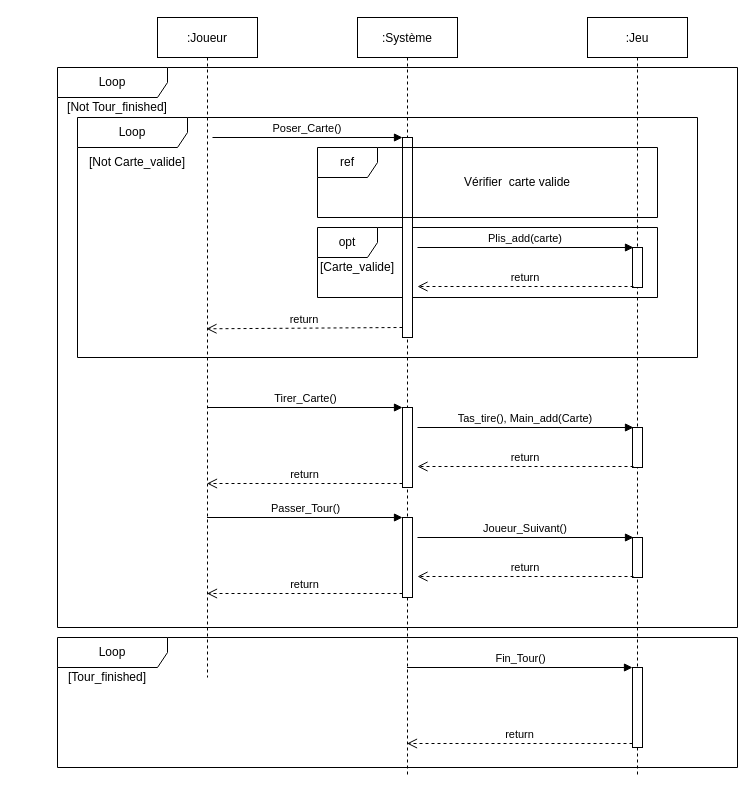
Earlier version of the draw.io diagram Diagrams/Sequence Diagram Playtime.drawio (MailineN/ProjetInfo2A). Source tidied: cells renumbered, new cells numbered last; positions are measured from the earlier drawing's top-left corner, leaving out a move shared by most shapes. Both pictures are drawn from the tidied source at 100%, with x=0, y=0 at pixel (17, 17).
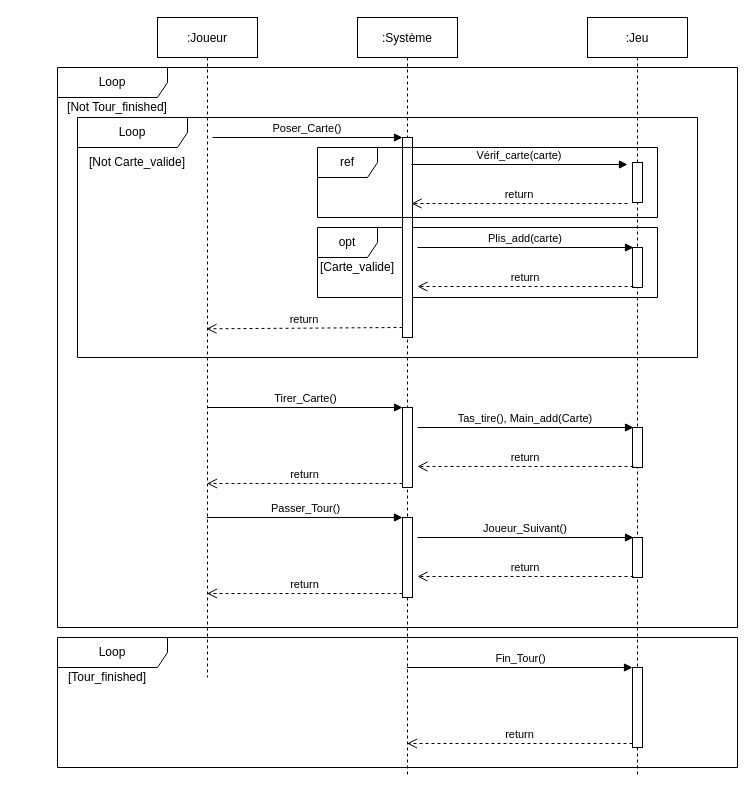
Above is the later version.

Diff of the diagram source:
```diff
@@
-<mxGraphModel>
+<mxGraphModel background="#ffffff">
@@
-    <mxCell id="21" value="Vérifier&amp;nbsp; carte valide" style="text;html=1;strokeColor=none;fillColor=none;align=center;verticalAlign=middle;whiteSpace=wrap;rounded=0;" parent="1" vertex="1">
-      <mxGeometry x="410" y="155" width="180" height="20" as="geometry" />
-    </mxCell>
@@
+    <mxCell id="36" style="perimeter=orthogonalPerimeter;rounded=0;shadow=0;strokeWidth=1;" parent="1" vertex="1">
+      <mxGeometry x="615" y="145" width="10" height="40" as="geometry" />
+    </mxCell>
+    <mxCell id="37" value="Vérif_carte(carte)" style="verticalAlign=bottom;endArrow=block;shadow=0;strokeWidth=1;entryX=0.1;entryY=0;entryDx=0;entryDy=0;entryPerimeter=0;" parent="1" edge="1">
+      <mxGeometry relative="1" as="geometry">
+        <mxPoint x="394" y="147" as="sourcePoint" />
+        <mxPoint x="610" y="147" as="targetPoint" />
+      </mxGeometry>
+    </mxCell>
+    <mxCell id="38" value="return" style="verticalAlign=bottom;endArrow=open;dashed=1;endSize=8;exitX=0.1;exitY=0.975;shadow=0;strokeWidth=1;exitDx=0;exitDy=0;exitPerimeter=0;" parent="1" edge="1">
+      <mxGeometry relative="1" as="geometry">
+        <mxPoint x="610" y="186" as="sourcePoint" />
+        <mxPoint x="394" y="186" as="targetPoint" />
+      </mxGeometry>
+    </mxCell>
```
